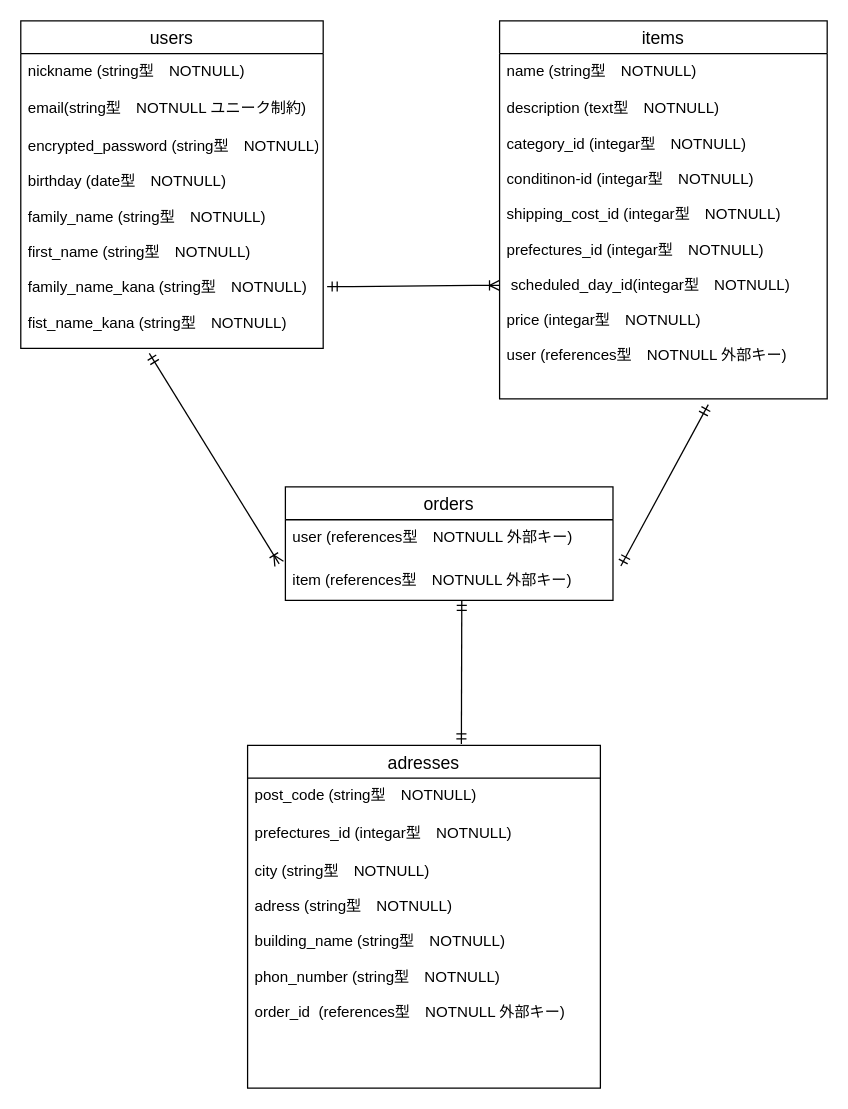
Earlier version of the draw.io diagram furima.dio (FUJITASHOGO2190/furima-38244). Source tidied: cells renumbered, new cells numbered last; positions are measured from the earlier drawing's top-left corner, leaving out a move shared by most shapes. Both pictures are drawn from the tidied source at 126%, with x=0, y=0 at pixel (20, 20).
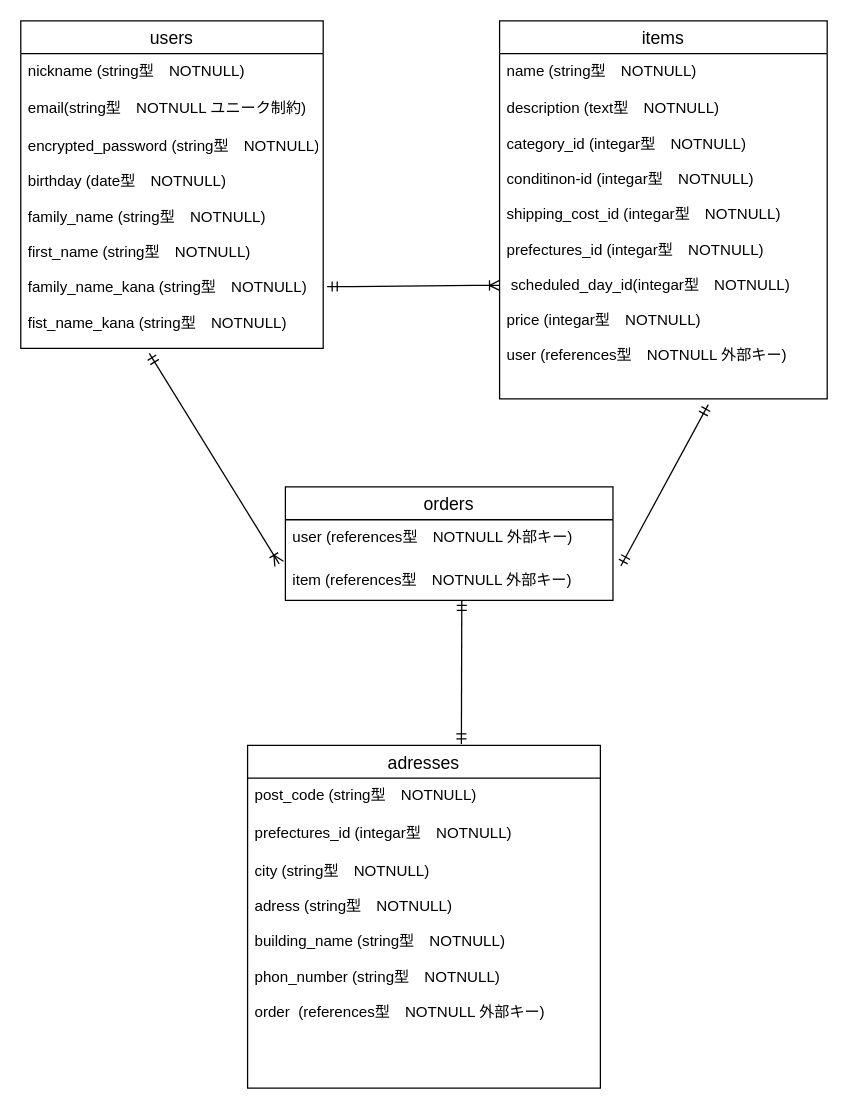
The same page after the edit.

The change refers to these unchanged cells:
```xml
<mxCell id="12" value="adresses" style="swimlane;fontStyle=0;horizontal=1;startSize=26;align=center;fontSize=14;" parent="1" vertex="1">
  <mxGeometry x="180" y="575" width="280" height="272" as="geometry" />
</mxCell>
```

Change to the diagram source:
```diff
@@
-    <mxCell id="15" value="city (string型　NOTNULL)&#10;&#10;adress (string型　NOTNULL)&#10;&#10;building_name (string型　NOTNULL)&#10;&#10;phon_number (string型　NOTNULL)&#10;&#10;order_id  (references型　NOTNULL 外部キー)" style="text;strokeColor=none;fillColor=none;spacingLeft=4;spacingRight=4;overflow=hidden;fontSize=12;" parent="12" vertex="1">
+    <mxCell id="15" value="city (string型　NOTNULL)&#10;&#10;adress (string型　NOTNULL)&#10;&#10;building_name (string型　NOTNULL)&#10;&#10;phon_number (string型　NOTNULL)&#10;&#10;order  (references型　NOTNULL 外部キー)" style="text;strokeColor=none;fillColor=none;spacingLeft=4;spacingRight=4;overflow=hidden;fontSize=12;" parent="12" vertex="1">
       <mxGeometry y="86" width="280" height="186" as="geometry" />
     </mxCell>
```
